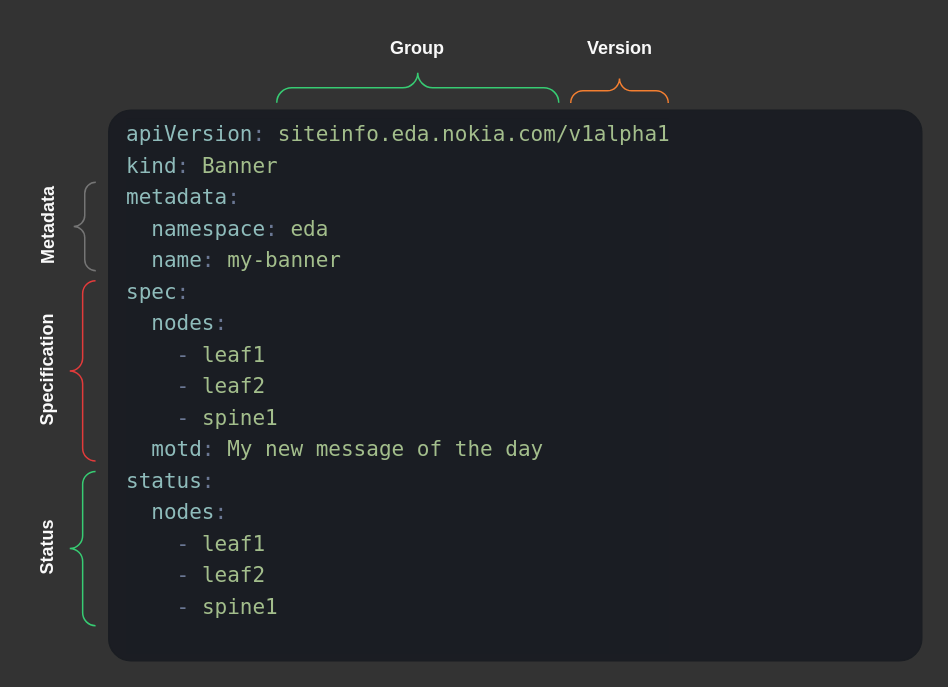
Earlier version of the draw.io diagram page "[0] resource" (1 of 2) of tour-of-eda.drawio (nokia-eda/docs). Source tidied: cells renumbered, new cells numbered last; positions are measured from the earlier drawing's top-left corner, leaving out a move shared by most shapes. Both pictures are drawn from the tidied source at 150%, with x=0, y=0 at pixel (-34, 26).
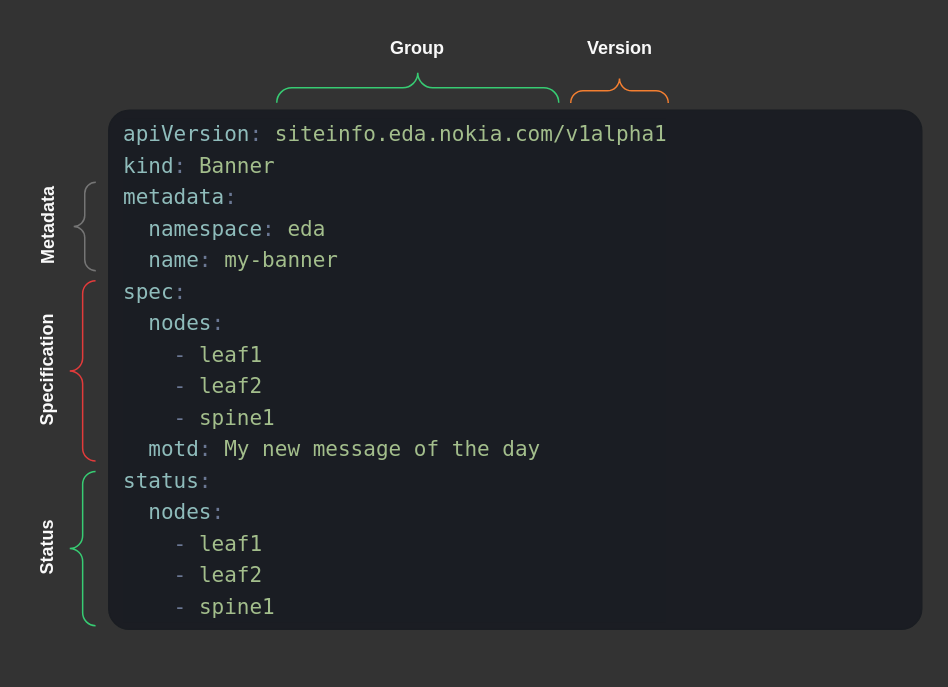
After the change.

The edit, as a diff of the source:
```diff
@@
 <mxGraphModel background="#333333">
   <root>
     <mxCell id="0" />
     <mxCell id="1" parent="0" />
-    <mxCell id="2" value="&lt;div style=&quot;color: rgb(216, 222, 233); background-color: rgb(26, 29, 35); font-family: JetBrainsMono Nerd Font, JetBrainsMono, JetBrains Mono, Fira Code, Hasklig, Menlo, Monaco, &amp;quot;Courier New&amp;quot;, monospace, Menlo, Monaco, &amp;quot;Courier New&amp;quot;, monospace; font-weight: normal; font-size: 14px; line-height: 21px; white-space: pre;&quot;&gt;&lt;div&gt;&lt;span style=&quot;color: rgb(143, 188, 187);&quot;&gt;apiVersion&lt;/span&gt;&lt;span style=&quot;color: rgb(107, 120, 148);&quot;&gt;:&lt;/span&gt;&lt;span style=&quot;color: rgb(216, 222, 233);&quot;&gt; &lt;/span&gt;&lt;span style=&quot;color: rgb(163, 190, 140);&quot;&gt;siteinfo.eda.nokia.com/v1alpha1&lt;/span&gt;&lt;/div&gt;&lt;div&gt;&lt;span style=&quot;color: rgb(143, 188, 187);&quot;&gt;kind&lt;/span&gt;&lt;span style=&quot;color: rgb(107, 120, 148);&quot;&gt;:&lt;/span&gt;&lt;span style=&quot;color: rgb(216, 222, 233);&quot;&gt; &lt;/span&gt;&lt;span style=&quot;color: rgb(163, 190, 140);&quot;&gt;Banner&lt;/span&gt;&lt;/div&gt;&lt;div&gt;&lt;span style=&quot;color: rgb(143, 188, 187);&quot;&gt;metadata&lt;/span&gt;&lt;span style=&quot;color: rgb(107, 120, 148);&quot;&gt;:&lt;/span&gt;&lt;/div&gt;&lt;div&gt;&lt;span style=&quot;color: rgb(216, 222, 233);&quot;&gt;  &lt;/span&gt;&lt;span style=&quot;color: rgb(143, 188, 187);&quot;&gt;namespace&lt;/span&gt;&lt;span style=&quot;color: rgb(107, 120, 148);&quot;&gt;:&lt;/span&gt;&lt;span style=&quot;color: rgb(216, 222, 233);&quot;&gt; &lt;/span&gt;&lt;span style=&quot;color: rgb(163, 190, 140);&quot;&gt;eda&lt;/span&gt;&lt;/div&gt;&lt;div&gt;&lt;span style=&quot;color: rgb(216, 222, 233);&quot;&gt;  &lt;/span&gt;&lt;span style=&quot;color: rgb(143, 188, 187);&quot;&gt;name&lt;/span&gt;&lt;span style=&quot;color: rgb(107, 120, 148);&quot;&gt;:&lt;/span&gt;&lt;span style=&quot;color: rgb(216, 222, 233);&quot;&gt; &lt;/span&gt;&lt;span style=&quot;color: rgb(163, 190, 140);&quot;&gt;my-banner&lt;/span&gt;&lt;/div&gt;&lt;div&gt;&lt;span style=&quot;color: rgb(143, 188, 187);&quot;&gt;spec&lt;/span&gt;&lt;span style=&quot;color: rgb(107, 120, 148);&quot;&gt;:&lt;/span&gt;&lt;/div&gt;&lt;div&gt;&lt;span style=&quot;color: rgb(216, 222, 233);&quot;&gt;  &lt;/span&gt;&lt;span style=&quot;color: rgb(143, 188, 187);&quot;&gt;nodes&lt;/span&gt;&lt;span style=&quot;color: rgb(107, 120, 148);&quot;&gt;:&lt;/span&gt;&lt;/div&gt;&lt;div&gt;&lt;span style=&quot;color: rgb(216, 222, 233);&quot;&gt;    &lt;/span&gt;&lt;span style=&quot;color: rgb(107, 120, 148);&quot;&gt;-&lt;/span&gt;&lt;span style=&quot;color: rgb(216, 222, 233);&quot;&gt; &lt;/span&gt;&lt;span style=&quot;color: rgb(163, 190, 140);&quot;&gt;leaf1&lt;/span&gt;&lt;/div&gt;&lt;div&gt;&lt;span style=&quot;color: rgb(216, 222, 233);&quot;&gt;    &lt;/span&gt;&lt;span style=&quot;color: rgb(107, 120, 148);&quot;&gt;-&lt;/span&gt;&lt;span style=&quot;color: rgb(216, 222, 233);&quot;&gt; &lt;/span&gt;&lt;span style=&quot;color: rgb(163, 190, 140);&quot;&gt;leaf2&lt;/span&gt;&lt;/div&gt;&lt;div&gt;&lt;span style=&quot;color: rgb(216, 222, 233);&quot;&gt;    &lt;/span&gt;&lt;span style=&quot;color: rgb(107, 120, 148);&quot;&gt;-&lt;/span&gt;&lt;span style=&quot;color: rgb(216, 222, 233);&quot;&gt; &lt;/span&gt;&lt;span style=&quot;color: rgb(163, 190, 140);&quot;&gt;spine1&lt;/span&gt;&lt;/div&gt;&lt;div&gt;&lt;span style=&quot;color: rgb(216, 222, 233);&quot;&gt;  &lt;/span&gt;&lt;span style=&quot;color: rgb(143, 188, 187);&quot;&gt;motd&lt;/span&gt;&lt;span style=&quot;color: rgb(107, 120, 148);&quot;&gt;:&lt;/span&gt;&lt;span style=&quot;color: rgb(216, 222, 233);&quot;&gt; &lt;/span&gt;&lt;span style=&quot;color: rgb(163, 190, 140);&quot;&gt;My new message of the day&lt;/span&gt;&lt;/div&gt;&lt;div&gt;&lt;div&gt;&lt;span style=&quot;color: rgb(143, 188, 187);&quot;&gt;status&lt;/span&gt;&lt;span style=&quot;color: rgb(107, 120, 148);&quot;&gt;:&lt;/span&gt;&lt;/div&gt;&lt;div&gt;&lt;span style=&quot;color: rgb(216, 222, 233);&quot;&gt;  &lt;/span&gt;&lt;span style=&quot;color: rgb(143, 188, 187);&quot;&gt;nodes&lt;/span&gt;&lt;span style=&quot;color: rgb(107, 120, 148);&quot;&gt;:&lt;/span&gt;&lt;/div&gt;&lt;div&gt;&lt;span style=&quot;color: rgb(216, 222, 233);&quot;&gt;    &lt;/span&gt;&lt;span style=&quot;color: rgb(107, 120, 148);&quot;&gt;-&lt;/span&gt;&lt;span style=&quot;color: rgb(216, 222, 233);&quot;&gt; &lt;/span&gt;&lt;span style=&quot;color: rgb(163, 190, 140);&quot;&gt;leaf1&lt;/span&gt;&lt;/div&gt;&lt;div&gt;&lt;span style=&quot;color: rgb(216, 222, 233);&quot;&gt;    &lt;/span&gt;&lt;span style=&quot;color: rgb(107, 120, 148);&quot;&gt;-&lt;/span&gt;&lt;span style=&quot;color: rgb(216, 222, 233);&quot;&gt; &lt;/span&gt;&lt;span style=&quot;color: rgb(163, 190, 140);&quot;&gt;leaf2&lt;/span&gt;&lt;/div&gt;&lt;div&gt;&lt;span style=&quot;color: rgb(216, 222, 233);&quot;&gt;    &lt;/span&gt;&lt;span style=&quot;color: rgb(107, 120, 148);&quot;&gt;-&lt;/span&gt;&lt;span style=&quot;color: rgb(216, 222, 233);&quot;&gt; &lt;/span&gt;&lt;span style=&quot;color: rgb(163, 190, 140);&quot;&gt;spine1&lt;/span&gt;&lt;/div&gt;&lt;br&gt;&lt;/div&gt;&lt;/div&gt;" style="rounded=1;html=1;strokeColor=light-dark(#1a1d22, #5c79a3);fillColor=light-dark(#1B1D23,#1B1D23);arcSize=4;align=left;spacingLeft=10;fillStyle=solid;" parent="1" vertex="1">
-      <mxGeometry x="95" y="56" width="542" height="367" as="geometry" />
+    <mxCell id="2" value="&lt;div style=&quot;color: rgb(216, 222, 233); background-color: rgb(26, 29, 35); font-family: JetBrainsMono Nerd Font, JetBrainsMono, JetBrains Mono, Fira Code, Hasklig, Menlo, Monaco, &amp;quot;Courier New&amp;quot;, monospace, Menlo, Monaco, &amp;quot;Courier New&amp;quot;, monospace; font-weight: normal; font-size: 14px; line-height: 21px; white-space: pre;&quot;&gt;&lt;div&gt;&lt;span style=&quot;color: rgb(143, 188, 187);&quot;&gt;apiVersion&lt;/span&gt;&lt;span style=&quot;color: rgb(107, 120, 148);&quot;&gt;:&lt;/span&gt;&lt;span style=&quot;color: rgb(216, 222, 233);&quot;&gt; &lt;/span&gt;&lt;span style=&quot;color: rgb(163, 190, 140);&quot;&gt;siteinfo.eda.nokia.com/v1alpha1&lt;/span&gt;&lt;/div&gt;&lt;div&gt;&lt;span style=&quot;color: rgb(143, 188, 187);&quot;&gt;kind&lt;/span&gt;&lt;span style=&quot;color: rgb(107, 120, 148);&quot;&gt;:&lt;/span&gt;&lt;span style=&quot;color: rgb(216, 222, 233);&quot;&gt; &lt;/span&gt;&lt;span style=&quot;color: rgb(163, 190, 140);&quot;&gt;Banner&lt;/span&gt;&lt;/div&gt;&lt;div&gt;&lt;span style=&quot;color: rgb(143, 188, 187);&quot;&gt;metadata&lt;/span&gt;&lt;span style=&quot;color: rgb(107, 120, 148);&quot;&gt;:&lt;/span&gt;&lt;/div&gt;&lt;div&gt;&lt;span style=&quot;color: rgb(216, 222, 233);&quot;&gt;  &lt;/span&gt;&lt;span style=&quot;color: rgb(143, 188, 187);&quot;&gt;namespace&lt;/span&gt;&lt;span style=&quot;color: rgb(107, 120, 148);&quot;&gt;:&lt;/span&gt;&lt;span style=&quot;color: rgb(216, 222, 233);&quot;&gt; &lt;/span&gt;&lt;span style=&quot;color: rgb(163, 190, 140);&quot;&gt;eda&lt;/span&gt;&lt;/div&gt;&lt;div&gt;&lt;span style=&quot;color: rgb(216, 222, 233);&quot;&gt;  &lt;/span&gt;&lt;span style=&quot;color: rgb(143, 188, 187);&quot;&gt;name&lt;/span&gt;&lt;span style=&quot;color: rgb(107, 120, 148);&quot;&gt;:&lt;/span&gt;&lt;span style=&quot;color: rgb(216, 222, 233);&quot;&gt; &lt;/span&gt;&lt;span style=&quot;color: rgb(163, 190, 140);&quot;&gt;my-banner&lt;/span&gt;&lt;/div&gt;&lt;div&gt;&lt;span style=&quot;color: rgb(143, 188, 187);&quot;&gt;spec&lt;/span&gt;&lt;span style=&quot;color: rgb(107, 120, 148);&quot;&gt;:&lt;/span&gt;&lt;/div&gt;&lt;div&gt;&lt;span style=&quot;color: rgb(216, 222, 233);&quot;&gt;  &lt;/span&gt;&lt;span style=&quot;color: rgb(143, 188, 187);&quot;&gt;nodes&lt;/span&gt;&lt;span style=&quot;color: rgb(107, 120, 148);&quot;&gt;:&lt;/span&gt;&lt;/div&gt;&lt;div&gt;&lt;span style=&quot;color: rgb(216, 222, 233);&quot;&gt;    &lt;/span&gt;&lt;span style=&quot;color: rgb(107, 120, 148);&quot;&gt;-&lt;/span&gt;&lt;span style=&quot;color: rgb(216, 222, 233);&quot;&gt; &lt;/span&gt;&lt;span style=&quot;color: rgb(163, 190, 140);&quot;&gt;leaf1&lt;/span&gt;&lt;/div&gt;&lt;div&gt;&lt;span style=&quot;color: rgb(216, 222, 233);&quot;&gt;    &lt;/span&gt;&lt;span style=&quot;color: rgb(107, 120, 148);&quot;&gt;-&lt;/span&gt;&lt;span style=&quot;color: rgb(216, 222, 233);&quot;&gt; &lt;/span&gt;&lt;span style=&quot;color: rgb(163, 190, 140);&quot;&gt;leaf2&lt;/span&gt;&lt;/div&gt;&lt;div&gt;&lt;span style=&quot;color: rgb(216, 222, 233);&quot;&gt;    &lt;/span&gt;&lt;span style=&quot;color: rgb(107, 120, 148);&quot;&gt;-&lt;/span&gt;&lt;span style=&quot;color: rgb(216, 222, 233);&quot;&gt; &lt;/span&gt;&lt;span style=&quot;color: rgb(163, 190, 140);&quot;&gt;spine1&lt;/span&gt;&lt;/div&gt;&lt;div&gt;&lt;span style=&quot;color: rgb(216, 222, 233);&quot;&gt;  &lt;/span&gt;&lt;span style=&quot;color: rgb(143, 188, 187);&quot;&gt;motd&lt;/span&gt;&lt;span style=&quot;color: rgb(107, 120, 148);&quot;&gt;:&lt;/span&gt;&lt;span style=&quot;color: rgb(216, 222, 233);&quot;&gt; &lt;/span&gt;&lt;span style=&quot;color: rgb(163, 190, 140);&quot;&gt;My new message of the day&lt;/span&gt;&lt;/div&gt;&lt;div&gt;&lt;div&gt;&lt;span style=&quot;color: rgb(143, 188, 187);&quot;&gt;status&lt;/span&gt;&lt;span style=&quot;color: rgb(107, 120, 148);&quot;&gt;:&lt;/span&gt;&lt;/div&gt;&lt;div&gt;&lt;span style=&quot;color: rgb(216, 222, 233);&quot;&gt;  &lt;/span&gt;&lt;span style=&quot;color: rgb(143, 188, 187);&quot;&gt;nodes&lt;/span&gt;&lt;span style=&quot;color: rgb(107, 120, 148);&quot;&gt;:&lt;/span&gt;&lt;/div&gt;&lt;div&gt;&lt;span style=&quot;color: rgb(216, 222, 233);&quot;&gt;    &lt;/span&gt;&lt;span style=&quot;color: rgb(107, 120, 148);&quot;&gt;-&lt;/span&gt;&lt;span style=&quot;color: rgb(216, 222, 233);&quot;&gt; &lt;/span&gt;&lt;span style=&quot;color: rgb(163, 190, 140);&quot;&gt;leaf1&lt;/span&gt;&lt;/div&gt;&lt;div&gt;&lt;span style=&quot;color: rgb(216, 222, 233);&quot;&gt;    &lt;/span&gt;&lt;span style=&quot;color: rgb(107, 120, 148);&quot;&gt;-&lt;/span&gt;&lt;span style=&quot;color: rgb(216, 222, 233);&quot;&gt; &lt;/span&gt;&lt;span style=&quot;color: rgb(163, 190, 140);&quot;&gt;leaf2&lt;/span&gt;&lt;/div&gt;&lt;div&gt;&lt;span style=&quot;color: rgb(216, 222, 233);&quot;&gt;    &lt;/span&gt;&lt;span style=&quot;color: rgb(107, 120, 148);&quot;&gt;-&lt;/span&gt;&lt;span style=&quot;color: rgb(216, 222, 233);&quot;&gt; &lt;/span&gt;&lt;span style=&quot;color: rgb(163, 190, 140);&quot;&gt;spine1&lt;/span&gt;&lt;/div&gt;&lt;/div&gt;&lt;/div&gt;" style="rounded=1;html=1;strokeColor=light-dark(#1a1d22, #5c79a3);fillColor=light-dark(#1B1D23,#1B1D23);arcSize=4;align=left;spacingLeft=10;fillStyle=solid;spacing=0;" parent="1" vertex="1">
+      <mxGeometry x="95" y="56" width="542" height="346" as="geometry" />
     </mxCell>
     <mxCell id="3" style="verticalLabelPosition=bottom;shadow=0;dashed=0;align=center;html=1;verticalAlign=top;strokeWidth=1;shape=mxgraph.mockup.markup.curlyBrace;whiteSpace=wrap;strokeColor=light-dark(#37CC73,#F9F9F9);fillColor=light-dark(#37CC73,#F9F9F9);" parent="1" vertex="1">
       <mxGeometry x="207" y="31" width="188" height="20" as="geometry" />
     </mxCell>
     <mxCell id="4" style="verticalLabelPosition=bottom;shadow=0;dashed=0;align=center;html=1;verticalAlign=top;strokeWidth=1;shape=mxgraph.mockup.markup.curlyBrace;whiteSpace=wrap;strokeColor=light-dark(#F47F31,#CCCCCC);fillColor=light-dark(#37CC73,#F9F9F9);" parent="1" vertex="1">
       <mxGeometry x="403" y="33" width="65" height="20" as="geometry" />
     </mxCell>
     <mxCell id="5" value="&lt;b&gt;Group&lt;/b&gt;" style="text;html=1;align=center;verticalAlign=middle;whiteSpace=wrap;rounded=0;fontFamily=Google Sans;fontColor=light-dark(#F9F9F9,#F9F9F9);fontSize=12;" parent="1" vertex="1">
       <mxGeometry x="247" width="108" height="30" as="geometry" />
     </mxCell>
     <mxCell id="6" value="&lt;b&gt;Version&lt;/b&gt;" style="text;html=1;align=center;verticalAlign=middle;whiteSpace=wrap;rounded=0;fontFamily=Google Sans;fontColor=light-dark(#F9F9F9,#F9F9F9);fontSize=12;" parent="1" vertex="1">
       <mxGeometry x="381.5" width="108" height="30" as="geometry" />
     </mxCell>
     <mxCell id="7" style="verticalLabelPosition=bottom;shadow=0;dashed=0;align=center;html=1;verticalAlign=top;strokeWidth=1;shape=mxgraph.mockup.markup.curlyBrace;whiteSpace=wrap;strokeColor=light-dark(#757575,#757575);fillColor=light-dark(#37CC73,#F9F9F9);rotation=-90;" parent="1" vertex="1">
       <mxGeometry x="49.5" y="123.5" width="59" height="20" as="geometry" />
     </mxCell>
     <mxCell id="8" style="verticalLabelPosition=bottom;shadow=0;dashed=0;align=center;html=1;verticalAlign=top;strokeWidth=1;shape=mxgraph.mockup.markup.curlyBrace;whiteSpace=wrap;strokeColor=light-dark(#E23B3B,#E23B3B);fillColor=light-dark(#E23B3B,#EBEBEB);rotation=-90;" parent="1" vertex="1">
       <mxGeometry x="17.5" y="221.2" width="120.2" height="17.2" as="geometry" />
     </mxCell>
     <mxCell id="9" value="&lt;b&gt;Metadata&lt;/b&gt;" style="text;html=1;align=center;verticalAlign=middle;whiteSpace=wrap;rounded=0;fontFamily=Google Sans;fontColor=light-dark(#F9F9F9,#F9F9F9);fontSize=12;rotation=-90;" parent="1" vertex="1">
       <mxGeometry x="0.5" y="118.5" width="108" height="30" as="geometry" />
     </mxCell>
     <mxCell id="10" value="&lt;b&gt;Specification&lt;/b&gt;" style="text;html=1;align=center;verticalAlign=middle;whiteSpace=wrap;rounded=0;fontFamily=Google Sans;fontColor=light-dark(#F9F9F9,#F9F9F9);fontSize=12;rotation=-90;" parent="1" vertex="1">
       <mxGeometry x="0.5" y="214.9" width="108" height="30" as="geometry" />
     </mxCell>
     <mxCell id="11" style="verticalLabelPosition=bottom;shadow=0;dashed=0;align=center;html=1;verticalAlign=top;strokeWidth=1;shape=mxgraph.mockup.markup.curlyBrace;whiteSpace=wrap;strokeColor=light-dark(#37CC73,#F9F9F9);fillColor=light-dark(#37CC73,#F9F9F9);rotation=-90;" parent="1" vertex="1">
       <mxGeometry x="26.2" y="339.6" width="102.8" height="17.2" as="geometry" />
     </mxCell>
     <mxCell id="12" value="&lt;b&gt;Status&lt;/b&gt;" style="text;html=1;align=center;verticalAlign=middle;whiteSpace=wrap;rounded=0;fontFamily=Google Sans;fontColor=light-dark(#F9F9F9,#F9F9F9);fontSize=12;rotation=-90;" parent="1" vertex="1">
       <mxGeometry x="0.5" y="333.2" width="108" height="30" as="geometry" />
     </mxCell>
   </root>
 </mxGraphModel>
```
